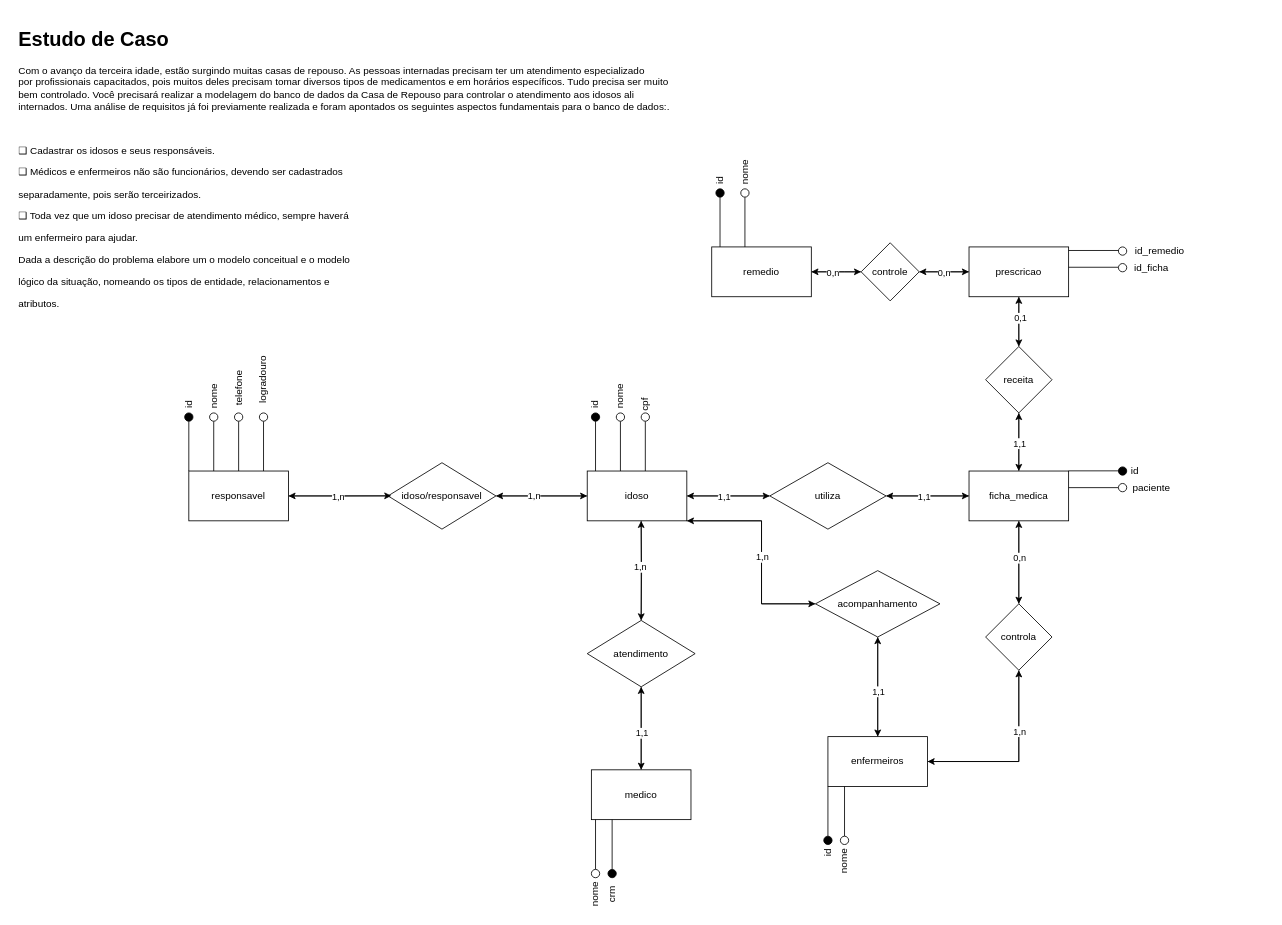
deppbrazil/data-modeling keeps this draw.io diagram as :rocket: add md_aula4.drawio. Above is the earlier version. Source tidied: cells renumbered, new cells numbered last; positions are measured from the earlier drawing's top-left corner, leaving out a move shared by most shapes. Both pictures are drawn from the tidied source at 83%, with x=0, y=0 at pixel (14, 22).
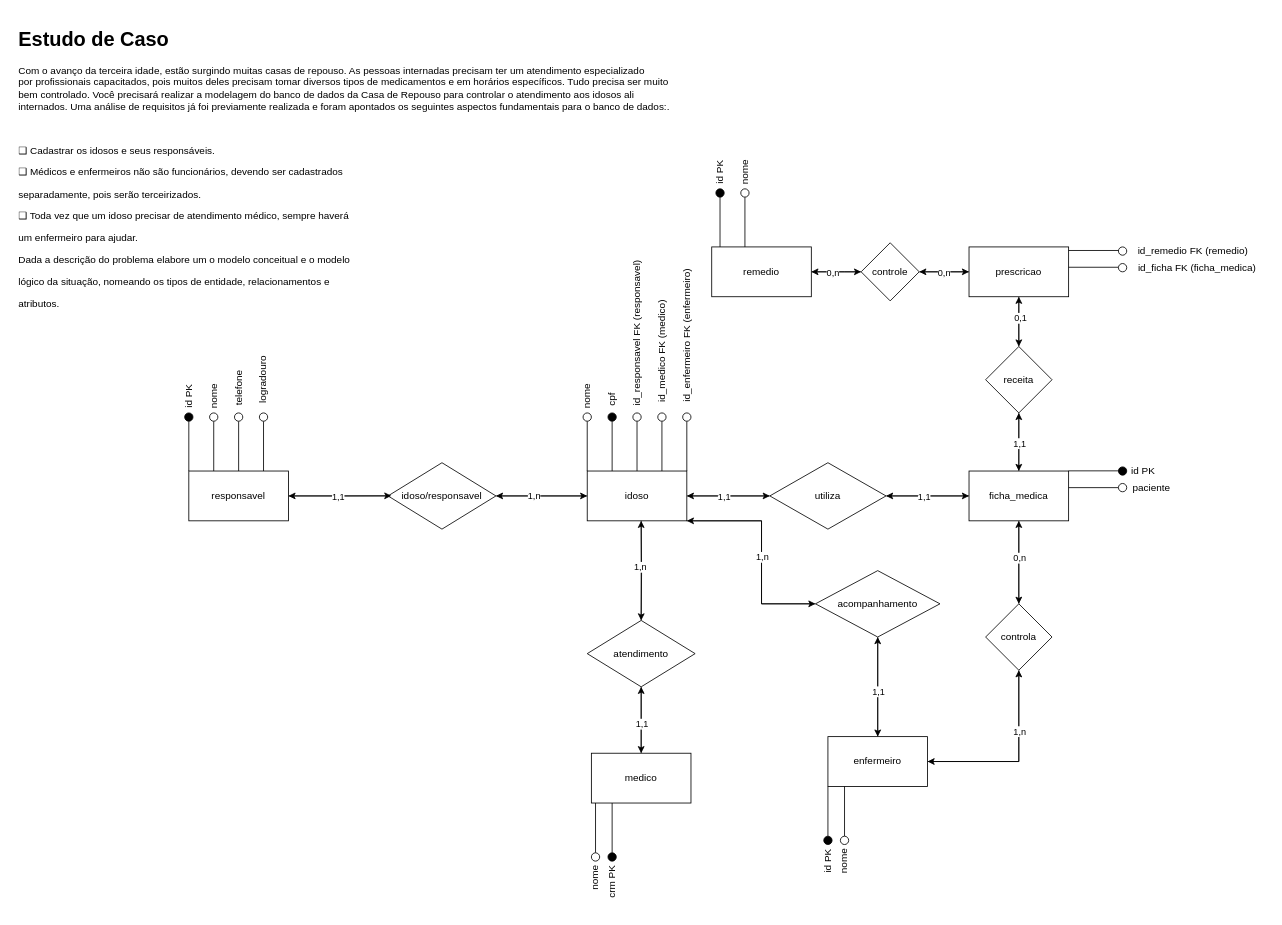
The same diagram, later.

The change refers to these unchanged cells:
```xml
<mxCell id="35" style="edgeStyle=orthogonalEdgeStyle;rounded=0;jettySize=auto;html=1;entryX=0.031;entryY=0.498;entryDx=0;entryDy=0;entryPerimeter=0;" parent="1" edge="1" source="37" target="34">
  <mxGeometry relative="1" as="geometry" />
</mxCell>
```

What changed in the source:
```diff
@@
     <mxCell id="18" value="medico" style="rounded=0;whiteSpace=wrap;html=1;" parent="1" vertex="1">
-      <mxGeometry x="695" y="900" width="120" height="60" as="geometry" />
+      <mxGeometry x="695" y="880" width="120" height="60" as="geometry" />
     </mxCell>
@@
-    <mxCell id="26" value="enfermeiros" style="rounded=0;whiteSpace=wrap;html=1;" parent="1" vertex="1">
+    <mxCell id="26" value="enfermeiro" style="rounded=0;whiteSpace=wrap;html=1;" parent="1" vertex="1">
       <mxGeometry x="980" y="860" width="120" height="60" as="geometry" />
     </mxCell>
@@
-    <mxCell id="36" value="1,n" style="edgeLabel;html=1;align=center;verticalAlign=middle;" parent="35" vertex="1">
+    <mxCell id="36" value="1,1" style="edgeLabel;html=1;align=center;verticalAlign=middle;" parent="35" vertex="1">
       <mxGeometry x="-0.18" y="-1" relative="1" as="geometry">
         <mxPoint x="8.8" y="-1" as="offset" />
       </mxGeometry>
     </mxCell>
@@
-    <mxCell id="46" value="id" style="text;html=1;strokeColor=none;fillColor=none;align=center;verticalAlign=middle;whiteSpace=wrap;rounded=0;" parent="1" vertex="1">
-      <mxGeometry x="1330" y="530" width="40" height="20" as="geometry" />
+    <mxCell id="46" value="id PK" style="text;html=1;strokeColor=none;fillColor=none;align=center;verticalAlign=middle;whiteSpace=wrap;rounded=0;" parent="1" vertex="1">
+      <mxGeometry x="1340" y="530" width="40" height="20" as="geometry" />
     </mxCell>
@@
-    <mxCell id="49" style="endArrow=none;html=1;" parent="1" edge="1">
-      <mxGeometry relative="1" as="geometry">
-        <mxPoint x="700" y="540" as="sourcePoint" />
-        <mxPoint x="700" y="480" as="targetPoint" />
-      </mxGeometry>
-    </mxCell>
-    <mxCell id="50" value="id" style="text;html=1;strokeColor=none;fillColor=none;align=center;verticalAlign=middle;whiteSpace=wrap;rounded=0;rotation=-90;" parent="1" vertex="1">
-      <mxGeometry x="680" y="450" width="40" height="20" as="geometry" />
-    </mxCell>
     <mxCell id="51" style="endArrow=none;html=1;" parent="1" edge="1">
       <mxGeometry relative="1" as="geometry">
-        <mxPoint x="730" y="540" as="sourcePoint" />
-        <mxPoint x="730" y="480" as="targetPoint" />
+        <mxPoint x="690" y="540" as="sourcePoint" />
+        <mxPoint x="690" y="480" as="targetPoint" />
       </mxGeometry>
     </mxCell>
     <mxCell id="52" value="nome" style="text;html=1;strokeColor=none;fillColor=none;align=center;verticalAlign=middle;whiteSpace=wrap;rounded=0;rotation=-90;" parent="1" vertex="1">
-      <mxGeometry x="710" y="440" width="40" height="20" as="geometry" />
+      <mxGeometry x="670" y="440" width="40" height="20" as="geometry" />
     </mxCell>
     <mxCell id="53" style="endArrow=none;html=1;" parent="1" edge="1">
       <mxGeometry relative="1" as="geometry">
-        <mxPoint x="760" y="540" as="sourcePoint" />
-        <mxPoint x="760" y="480" as="targetPoint" />
+        <mxPoint x="720" y="540" as="sourcePoint" />
+        <mxPoint x="720" y="480" as="targetPoint" />
       </mxGeometry>
     </mxCell>
     <mxCell id="54" value="cpf" style="text;html=1;strokeColor=none;fillColor=none;align=center;verticalAlign=middle;whiteSpace=wrap;rounded=0;rotation=-90;" parent="1" vertex="1">
-      <mxGeometry x="740" y="450" width="40" height="20" as="geometry" />
+      <mxGeometry x="706.2" y="443.8" width="27.5" height="20" as="geometry" />
     </mxCell>
@@
-    <mxCell id="56" value="id" style="text;html=1;strokeColor=none;fillColor=none;align=center;verticalAlign=middle;whiteSpace=wrap;rounded=0;rotation=-90;" parent="1" vertex="1">
-      <mxGeometry x="190" y="450" width="40" height="20" as="geometry" />
+    <mxCell id="56" value="id PK" style="text;html=1;strokeColor=none;fillColor=none;align=center;verticalAlign=middle;whiteSpace=wrap;rounded=0;rotation=-90;" parent="1" vertex="1">
+      <mxGeometry x="180" y="440" width="60" height="20" as="geometry" />
     </mxCell>
@@
-    <mxCell id="64" value="id" style="text;html=1;strokeColor=none;fillColor=none;align=center;verticalAlign=middle;whiteSpace=wrap;rounded=0;rotation=-90;" parent="1" vertex="1">
-      <mxGeometry x="960" y="990" width="40" height="20" as="geometry" />
+    <mxCell id="64" value="id PK" style="text;html=1;strokeColor=none;fillColor=none;align=center;verticalAlign=middle;whiteSpace=wrap;rounded=0;rotation=-90;" parent="1" vertex="1">
+      <mxGeometry x="950" y="1000" width="60" height="20" as="geometry" />
     </mxCell>
@@
     <mxCell id="67" style="endArrow=none;html=1;" parent="1" edge="1">
       <mxGeometry relative="1" as="geometry">
-        <mxPoint x="700" y="1020" as="sourcePoint" />
-        <mxPoint x="700" y="960" as="targetPoint" />
+        <mxPoint x="700" y="1000" as="sourcePoint" />
+        <mxPoint x="700" y="940" as="targetPoint" />
       </mxGeometry>
     </mxCell>
-    <mxCell id="68" value="crm" style="text;html=1;strokeColor=none;fillColor=none;align=center;verticalAlign=middle;whiteSpace=wrap;rounded=0;rotation=-90;" parent="1" vertex="1">
-      <mxGeometry x="700" y="1040" width="40" height="20" as="geometry" />
+    <mxCell id="68" value="crm PK" style="text;html=1;strokeColor=none;fillColor=none;align=center;verticalAlign=middle;whiteSpace=wrap;rounded=0;rotation=-90;" parent="1" vertex="1">
+      <mxGeometry x="695" y="1025" width="50" height="20" as="geometry" />
     </mxCell>
     <mxCell id="69" style="endArrow=none;html=1;" parent="1" edge="1">
       <mxGeometry relative="1" as="geometry">
-        <mxPoint x="720" y="1020" as="sourcePoint" />
-        <mxPoint x="720" y="960" as="targetPoint" />
+        <mxPoint x="720" y="1000" as="sourcePoint" />
+        <mxPoint x="720" y="940" as="targetPoint" />
       </mxGeometry>
     </mxCell>
     <mxCell id="70" value="nome" style="text;html=1;strokeColor=none;fillColor=none;align=center;verticalAlign=middle;whiteSpace=wrap;rounded=0;rotation=-90;" parent="1" vertex="1">
-      <mxGeometry x="680" y="1040" width="40" height="20" as="geometry" />
+      <mxGeometry x="680" y="1020" width="40" height="20" as="geometry" />
     </mxCell>
@@
-    <mxCell id="80" value="id_remedio" style="text;html=1;strokeColor=none;fillColor=none;align=center;verticalAlign=middle;whiteSpace=wrap;rounded=0;" parent="1" vertex="1">
-      <mxGeometry x="1340" y="265" width="80" height="20" as="geometry" />
+    <mxCell id="80" value="id_remedio FK (remedio)" style="text;html=1;strokeColor=none;fillColor=none;align=center;verticalAlign=middle;whiteSpace=wrap;rounded=0;" parent="1" vertex="1">
+      <mxGeometry x="1330" y="265" width="180" height="20" as="geometry" />
     </mxCell>
@@
-    <mxCell id="82" value="id_ficha" style="text;html=1;strokeColor=none;fillColor=none;align=center;verticalAlign=middle;whiteSpace=wrap;rounded=0;" parent="1" vertex="1">
-      <mxGeometry x="1350" y="285" width="40" height="20" as="geometry" />
+    <mxCell id="82" value="id_ficha FK (ficha_medica)" style="text;html=1;strokeColor=none;fillColor=none;align=center;verticalAlign=middle;whiteSpace=wrap;rounded=0;" parent="1" vertex="1">
+      <mxGeometry x="1340" y="285" width="170" height="20" as="geometry" />
     </mxCell>
@@
     <mxCell id="88" style="ellipse;whiteSpace=wrap;html=1;" parent="1" vertex="1">
-      <mxGeometry x="695" y="1020" width="10" height="10" as="geometry" />
+      <mxGeometry x="695" y="1000" width="10" height="10" as="geometry" />
     </mxCell>
     <mxCell id="89" style="ellipse;whiteSpace=wrap;html=1;fillColor=#000000;" parent="1" vertex="1">
-      <mxGeometry x="715" y="1020" width="10" height="10" as="geometry" />
+      <mxGeometry x="715" y="1000" width="10" height="10" as="geometry" />
     </mxCell>
-    <mxCell id="90" style="ellipse;whiteSpace=wrap;html=1;fillColor=#000000;" parent="1" vertex="1">
-      <mxGeometry x="695" y="470" width="10" height="10" as="geometry" />
-    </mxCell>
     <mxCell id="91" style="ellipse;whiteSpace=wrap;html=1;" parent="1" vertex="1">
-      <mxGeometry x="725" y="470" width="10" height="10" as="geometry" />
+      <mxGeometry x="685" y="470" width="10" height="10" as="geometry" />
     </mxCell>
-    <mxCell id="92" style="ellipse;whiteSpace=wrap;html=1;" parent="1" vertex="1">
-      <mxGeometry x="755" y="470" width="10" height="10" as="geometry" />
+    <mxCell id="92" style="ellipse;whiteSpace=wrap;html=1;fillColor=#000000;" parent="1" vertex="1">
+      <mxGeometry x="715" y="470" width="10" height="10" as="geometry" />
     </mxCell>
@@
-    <mxCell id="99" value="id" style="text;html=1;strokeColor=none;fillColor=none;align=center;verticalAlign=middle;whiteSpace=wrap;rounded=0;rotation=-90;" parent="1" vertex="1">
-      <mxGeometry x="830" y="180" width="40" height="20" as="geometry" />
+    <mxCell id="99" value="id PK" style="text;html=1;strokeColor=none;fillColor=none;align=center;verticalAlign=middle;whiteSpace=wrap;rounded=0;rotation=-90;" parent="1" vertex="1">
+      <mxGeometry x="820" y="170" width="60" height="20" as="geometry" />
     </mxCell>
@@
+    <mxCell id="110" style="endArrow=none;html=1;" parent="1" edge="1">
+      <mxGeometry relative="1" as="geometry">
+        <mxPoint x="750" y="540" as="sourcePoint" />
+        <mxPoint x="750" y="480" as="targetPoint" />
+      </mxGeometry>
+    </mxCell>
+    <mxCell id="111" style="ellipse;whiteSpace=wrap;html=1;" parent="1" vertex="1">
+      <mxGeometry x="745" y="470" width="10" height="10" as="geometry" />
+    </mxCell>
+    <mxCell id="112" value="id_responsavel FK (responsavel)" style="text;html=1;strokeColor=none;fillColor=none;align=center;verticalAlign=middle;whiteSpace=wrap;rounded=0;rotation=-90;" parent="1" vertex="1">
+      <mxGeometry x="656.2" y="363.8" width="187.5" height="20" as="geometry" />
+    </mxCell>
+    <mxCell id="113" style="endArrow=none;html=1;" parent="1" edge="1">
+      <mxGeometry relative="1" as="geometry">
+        <mxPoint x="780" y="540" as="sourcePoint" />
+        <mxPoint x="780" y="480" as="targetPoint" />
+      </mxGeometry>
+    </mxCell>
+    <mxCell id="114" style="ellipse;whiteSpace=wrap;html=1;" parent="1" vertex="1">
+      <mxGeometry x="775" y="470" width="10" height="10" as="geometry" />
+    </mxCell>
+    <mxCell id="115" value="id_medico FK (medico)" style="text;html=1;strokeColor=none;fillColor=none;align=center;verticalAlign=middle;whiteSpace=wrap;rounded=0;rotation=-90;" parent="1" vertex="1">
+      <mxGeometry x="708.1" y="385.6" width="143.8" height="20" as="geometry" />
+    </mxCell>
+    <mxCell id="116" style="endArrow=none;html=1;" parent="1" edge="1">
+      <mxGeometry relative="1" as="geometry">
+        <mxPoint x="810" y="540" as="sourcePoint" />
+        <mxPoint x="810" y="480" as="targetPoint" />
+      </mxGeometry>
+    </mxCell>
+    <mxCell id="117" style="ellipse;whiteSpace=wrap;html=1;" parent="1" vertex="1">
+      <mxGeometry x="805" y="470" width="10" height="10" as="geometry" />
+    </mxCell>
+    <mxCell id="118" value="id_enfermeiro FK (enfermeiro)" style="text;html=1;strokeColor=none;fillColor=none;align=center;verticalAlign=middle;whiteSpace=wrap;rounded=0;rotation=-90;" parent="1" vertex="1">
+      <mxGeometry x="719.1" y="366.6" width="181.9" height="20" as="geometry" />
+    </mxCell>
```
